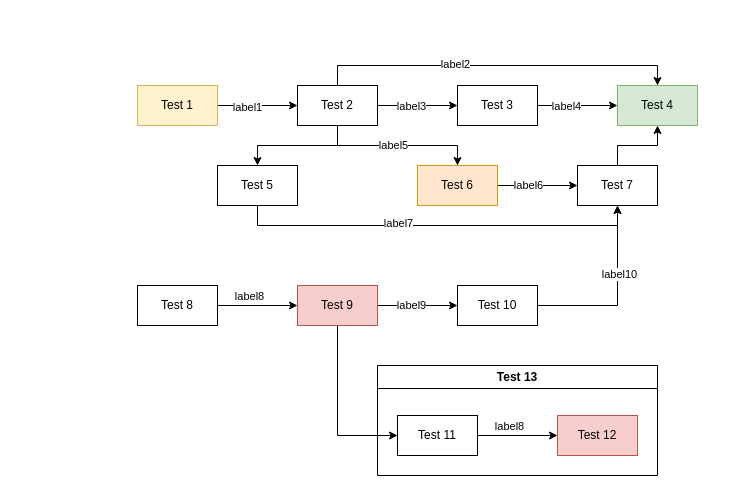
The draw.io diagram page "Page-1" (1 of 6) of test_doc.drawio in TangBean/Drawio-Sub-Workflow-Highlighter, before the edit. Source tidied: cells renumbered, new cells numbered last; positions are measured from the earlier drawing's top-left corner, leaving out a move shared by most shapes. Both pictures are drawn from the tidied source at 100%, with x=0, y=0 at pixel (137, 85).
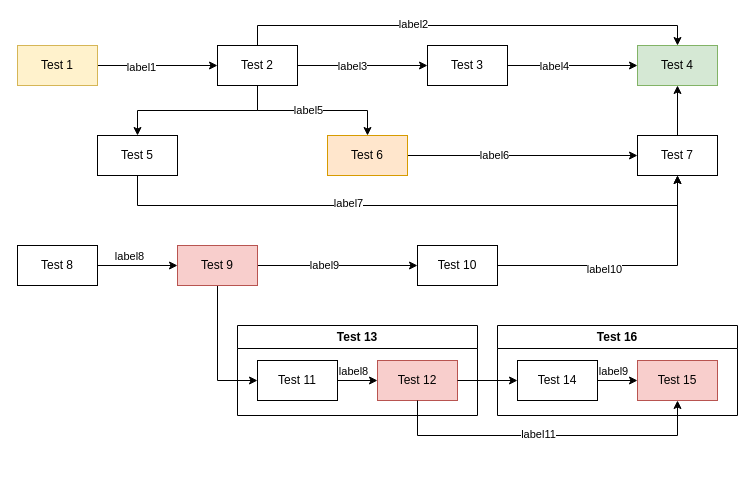
The same diagram, later.

The change refers to these unchanged cells:
```xml
<mxCell id="27" style="edgeStyle=orthogonalEdgeStyle;rounded=0;jettySize=auto;html=1;exitX=1;exitY=0.5;exitDx=0;exitDy=0;entryX=0.5;entryY=1;entryDx=0;entryDy=0;" parent="1" edge="1" source="29" target="31">
  <mxGeometry relative="1" as="geometry" />
</mxCell>
```

Diff of the diagram source:
```diff
@@
     <mxCell id="4" value="Test 1" style="rounded=0;whiteSpace=wrap;html=1;fillColor=#fff2cc;strokeColor=#d6b656;" parent="1" vertex="1">
-      <mxGeometry width="80" height="40" as="geometry" />
+      <mxGeometry x="-120" y="-40" width="80" height="40" as="geometry" />
     </mxCell>
     <mxCell id="5" value="Test 4" style="rounded=0;whiteSpace=wrap;html=1;fillColor=#d5e8d4;strokeColor=#82b366;" parent="1" vertex="1">
-      <mxGeometry x="480" width="80" height="40" as="geometry" />
+      <mxGeometry x="500" y="-40" width="80" height="40" as="geometry" />
     </mxCell>
@@
     <mxCell id="8" value="Test 3" style="rounded=0;whiteSpace=wrap;html=1;" parent="1" vertex="1">
-      <mxGeometry x="320" width="80" height="40" as="geometry" />
+      <mxGeometry x="290" y="-40" width="80" height="40" as="geometry" />
     </mxCell>
     <mxCell id="9" style="edgeStyle=orthogonalEdgeStyle;rounded=0;jettySize=auto;html=1;exitX=0.5;exitY=1;exitDx=0;exitDy=0;entryX=0.5;entryY=1;entryDx=0;entryDy=0;" parent="1" edge="1" source="11" target="31">
-      <mxGeometry relative="1" as="geometry" />
+      <mxGeometry relative="1" as="geometry">
+        <Array as="points">
+          <mxPoint y="120" />
+          <mxPoint x="540" y="120" />
+        </Array>
+      </mxGeometry>
     </mxCell>
@@
     <mxCell id="11" value="Test 5" style="rounded=0;whiteSpace=wrap;html=1;" parent="1" vertex="1">
-      <mxGeometry x="80" y="80" width="80" height="40" as="geometry" />
+      <mxGeometry x="-40" y="50" width="80" height="40" as="geometry" />
     </mxCell>
@@
     <mxCell id="15" value="Test 9" style="rounded=0;whiteSpace=wrap;html=1;fillColor=#f8cecc;strokeColor=#b85450;" parent="1" vertex="1">
-      <mxGeometry x="160" y="200" width="80" height="40" as="geometry" />
+      <mxGeometry x="40" y="160" width="80" height="40" as="geometry" />
     </mxCell>
@@
     <mxCell id="18" value="Test 6" style="rounded=0;whiteSpace=wrap;html=1;fillColor=#ffe6cc;strokeColor=#d79b00;" parent="1" vertex="1">
-      <mxGeometry x="280" y="80" width="80" height="40" as="geometry" />
+      <mxGeometry x="190" y="50" width="80" height="40" as="geometry" />
     </mxCell>
@@
     <mxCell id="26" value="Test 2" style="rounded=0;whiteSpace=wrap;html=1;" parent="1" vertex="1">
-      <mxGeometry x="160" width="80" height="40" as="geometry" />
+      <mxGeometry x="80" y="-40" width="80" height="40" as="geometry" />
     </mxCell>
@@
     <mxCell id="28" value="label10" style="edgeLabel;html=1;align=center;verticalAlign=middle;" parent="27" vertex="1">
-      <mxGeometry x="0.24" y="-1" relative="1" as="geometry" />
+      <mxGeometry x="0.24" y="-1" relative="1" as="geometry">
+        <mxPoint x="-61" y="2" as="offset" />
+      </mxGeometry>
     </mxCell>
     <mxCell id="29" value="Test 10" style="rounded=0;whiteSpace=wrap;html=1;" parent="1" vertex="1">
-      <mxGeometry x="320" y="200" width="80" height="40" as="geometry" />
+      <mxGeometry x="280" y="160" width="80" height="40" as="geometry" />
     </mxCell>
@@
     <mxCell id="31" value="Test 7" style="rounded=0;whiteSpace=wrap;html=1;" parent="1" vertex="1">
-      <mxGeometry x="440" y="80" width="80" height="40" as="geometry" />
+      <mxGeometry x="500" y="50" width="80" height="40" as="geometry" />
     </mxCell>
@@
     <mxCell id="34" value="Test 8" style="rounded=0;whiteSpace=wrap;html=1;" parent="1" vertex="1">
-      <mxGeometry y="200" width="80" height="40" as="geometry" />
+      <mxGeometry x="-120" y="160" width="80" height="40" as="geometry" />
     </mxCell>
-    <mxCell id="35" value="Test 13" style="swimlane;whiteSpace=wrap;html=1;" parent="1" vertex="1">
-      <mxGeometry x="240" y="280" width="280" height="110" as="geometry" />
+    <mxCell id="35" value="Test 13" style="swimlane;whiteSpace=wrap;html=1;startSize=23;" parent="1" vertex="1">
+      <mxGeometry x="100" y="240" width="240" height="90" as="geometry" />
     </mxCell>
     <mxCell id="36" value="Test 12" style="rounded=0;whiteSpace=wrap;html=1;fillColor=#f8cecc;strokeColor=#b85450;" parent="35" vertex="1">
-      <mxGeometry x="180" y="50" width="80" height="40" as="geometry" />
+      <mxGeometry x="140" y="35" width="80" height="40" as="geometry" />
     </mxCell>
@@
     <mxCell id="39" value="Test 11" style="rounded=0;whiteSpace=wrap;html=1;" parent="35" vertex="1">
-      <mxGeometry x="20" y="50" width="80" height="40" as="geometry" />
+      <mxGeometry x="20" y="35" width="80" height="40" as="geometry" />
     </mxCell>
+    <mxCell id="40" value="Test 16" style="swimlane;whiteSpace=wrap;html=1;startSize=23;" parent="1" vertex="1">
+      <mxGeometry x="360" y="240" width="240" height="90" as="geometry" />
+    </mxCell>
+    <mxCell id="41" value="Test 15" style="rounded=0;whiteSpace=wrap;html=1;fillColor=#f8cecc;strokeColor=#b85450;" parent="40" vertex="1">
+      <mxGeometry x="140" y="35" width="80" height="40" as="geometry" />
+    </mxCell>
+    <mxCell id="42" style="edgeStyle=orthogonalEdgeStyle;rounded=0;jettySize=auto;html=1;exitX=1;exitY=0.5;exitDx=0;exitDy=0;entryX=0;entryY=0.5;entryDx=0;entryDy=0;" parent="40" edge="1" source="44" target="41">
+      <mxGeometry relative="1" as="geometry" />
+    </mxCell>
+    <mxCell id="43" value="label9" style="edgeLabel;html=1;align=center;verticalAlign=middle;" parent="42" vertex="1">
+      <mxGeometry x="-0.23" y="3" relative="1" as="geometry">
+        <mxPoint y="-7" as="offset" />
+      </mxGeometry>
+    </mxCell>
+    <mxCell id="44" value="Test 14" style="rounded=0;whiteSpace=wrap;html=1;" parent="40" vertex="1">
+      <mxGeometry x="20" y="35" width="80" height="40" as="geometry" />
+    </mxCell>
+    <mxCell id="45" style="edgeStyle=orthogonalEdgeStyle;rounded=0;jettySize=auto;html=1;exitX=1;exitY=0.5;exitDx=0;exitDy=0;entryX=0;entryY=0.5;entryDx=0;entryDy=0;" parent="1" edge="1" source="36" target="44">
+      <mxGeometry relative="1" as="geometry" />
+    </mxCell>
+    <mxCell id="46" style="edgeStyle=orthogonalEdgeStyle;rounded=0;jettySize=auto;html=1;exitX=0.5;exitY=1;exitDx=0;exitDy=0;entryX=0.5;entryY=1;entryDx=0;entryDy=0;" parent="1" edge="1" source="36" target="41">
+      <mxGeometry relative="1" as="geometry">
+        <Array as="points">
+          <mxPoint x="280" y="350" />
+          <mxPoint x="540" y="350" />
+        </Array>
+      </mxGeometry>
+    </mxCell>
+    <mxCell id="47" value="label11" style="edgeLabel;html=1;align=center;verticalAlign=middle;" parent="46" vertex="1">
+      <mxGeometry x="-0.06" y="2" relative="1" as="geometry" />
+    </mxCell>
```
